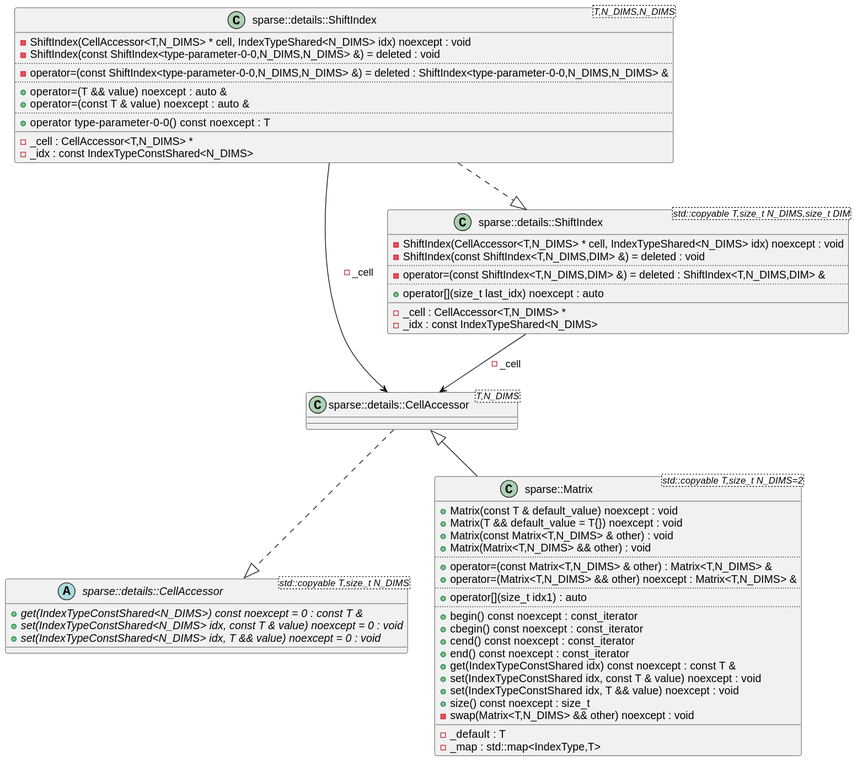
The PlantUML diagram puml/class_diagram.svg in nj-eka/sparse_matrix, before a commit.
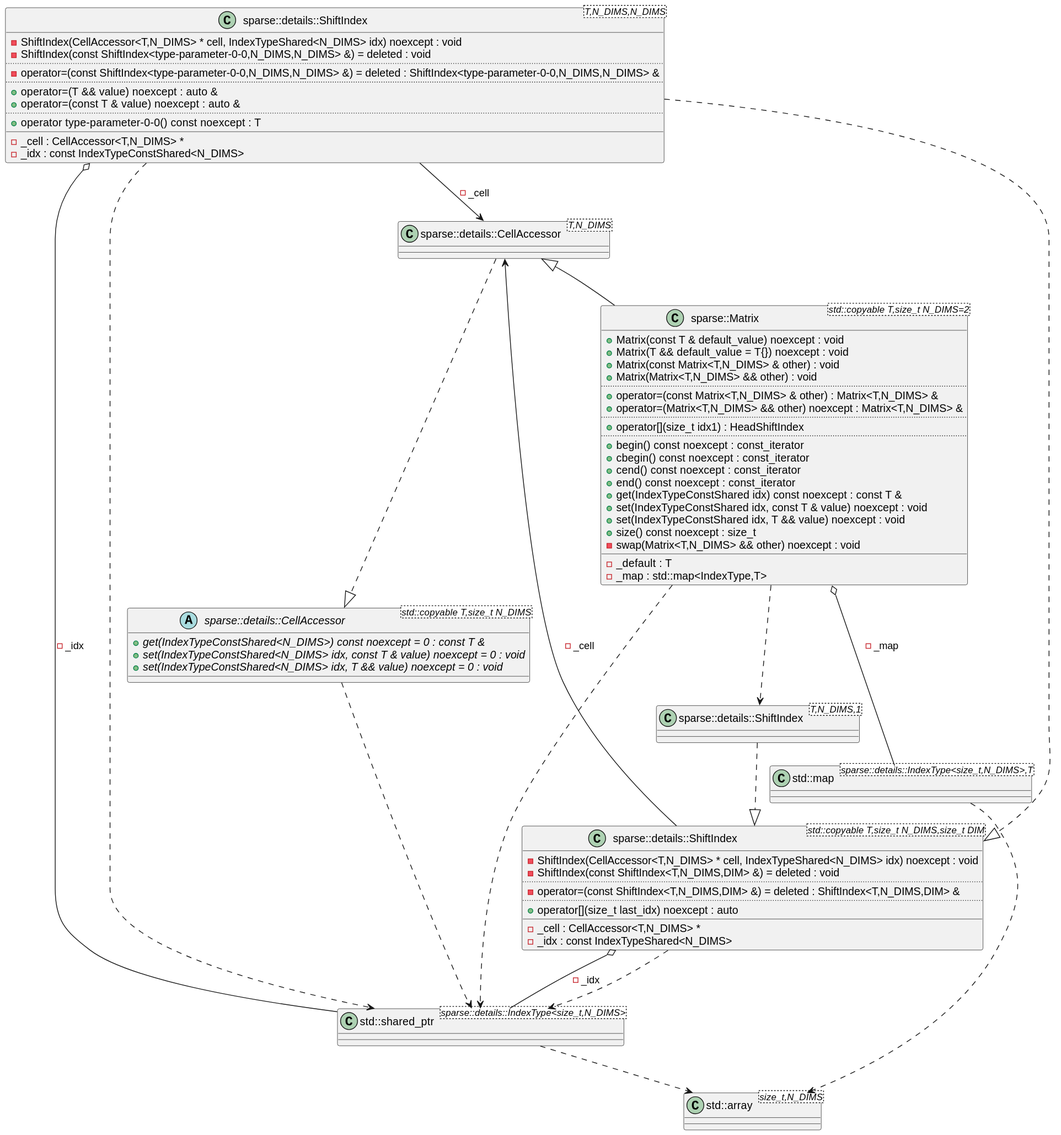
The same diagram one commit later.

Commit message:
remove auto to clarify class diagram

Diff of the diagram source:
```diff
@@ -1,4 +1,16 @@
 @startuml
+class "std::array<size_t,N_DIMS>" as C_0001633597064224137669
+class C_0001633597064224137669 {
+__
+}
+class "std::shared_ptr<sparse::details::IndexType<size_t,N_DIMS>>" as C_0001136170508500136644
+class C_0001136170508500136644 {
+__
+}
+class "std::map<sparse::details::IndexType<size_t,N_DIMS>,T>" as C_0002101388404201062680
+class C_0002101388404201062680 {
+__
+}
 abstract "sparse::details::CellAccessor<std::copyable T,size_t N_DIMS>" as C_0002212443975218405385
 abstract C_0002212443975218405385 {
 {abstract} +get(IndexTypeConstShared<N_DIMS>) const noexcept = 0 : const T &
@@ -37,6 +49,10 @@
 -_cell : CellAccessor<T,N_DIMS> *
 -_idx : const IndexTypeConstShared<N_DIMS>
 }
+class "sparse::details::ShiftIndex<T,N_DIMS,1>" as C_0000755254241326504162
+class C_0000755254241326504162 {
+__
+}
 class "sparse::Matrix<std::copyable T,size_t N_DIMS=2>" as C_0000163967524215595475
 class C_0000163967524215595475 {
 +Matrix(const T & default_value) noexcept : void
@@ -47,7 +63,7 @@
 +operator=(const Matrix<T,N_DIMS> & other) : Matrix<T,N_DIMS> &
 +operator=(Matrix<T,N_DIMS> && other) noexcept : Matrix<T,N_DIMS> &
 ..
-+operator[](size_t idx1) : auto
++operator[](size_t idx1) : HeadShiftIndex
 ..
 +begin() const noexcept : const_iterator
 +cbegin() const noexcept : const_iterator
@@ -62,10 +78,21 @@
 -_default : T
 -_map : std::map<IndexType,T>
 }
+C_0001136170508500136644 ..> C_0001633597064224137669
+C_0002101388404201062680 ..> C_0001633597064224137669
+C_0002212443975218405385 ..> C_0001136170508500136644
 C_0000419081589640496338 ..|> C_0002212443975218405385
+C_0000136384432202654581 ..> C_0001136170508500136644
 C_0000136384432202654581 --> C_0000419081589640496338 : -_cell
+C_0000136384432202654581 o-- C_0001136170508500136644 : -_idx
+C_0002263803576604671280 ..> C_0001136170508500136644
 C_0002263803576604671280 --> C_0000419081589640496338 : -_cell
+C_0002263803576604671280 o-- C_0001136170508500136644 : -_idx
 C_0002263803576604671280 ..|> C_0000136384432202654581
+C_0000755254241326504162 ..|> C_0000136384432202654581
+C_0000163967524215595475 ..> C_0001136170508500136644
+C_0000163967524215595475 ..> C_0000755254241326504162
+C_0000163967524215595475 o-- C_0002101388404201062680 : -_map
 C_0000419081589640496338 <|-- C_0000163967524215595475
 
 @enduml
```
